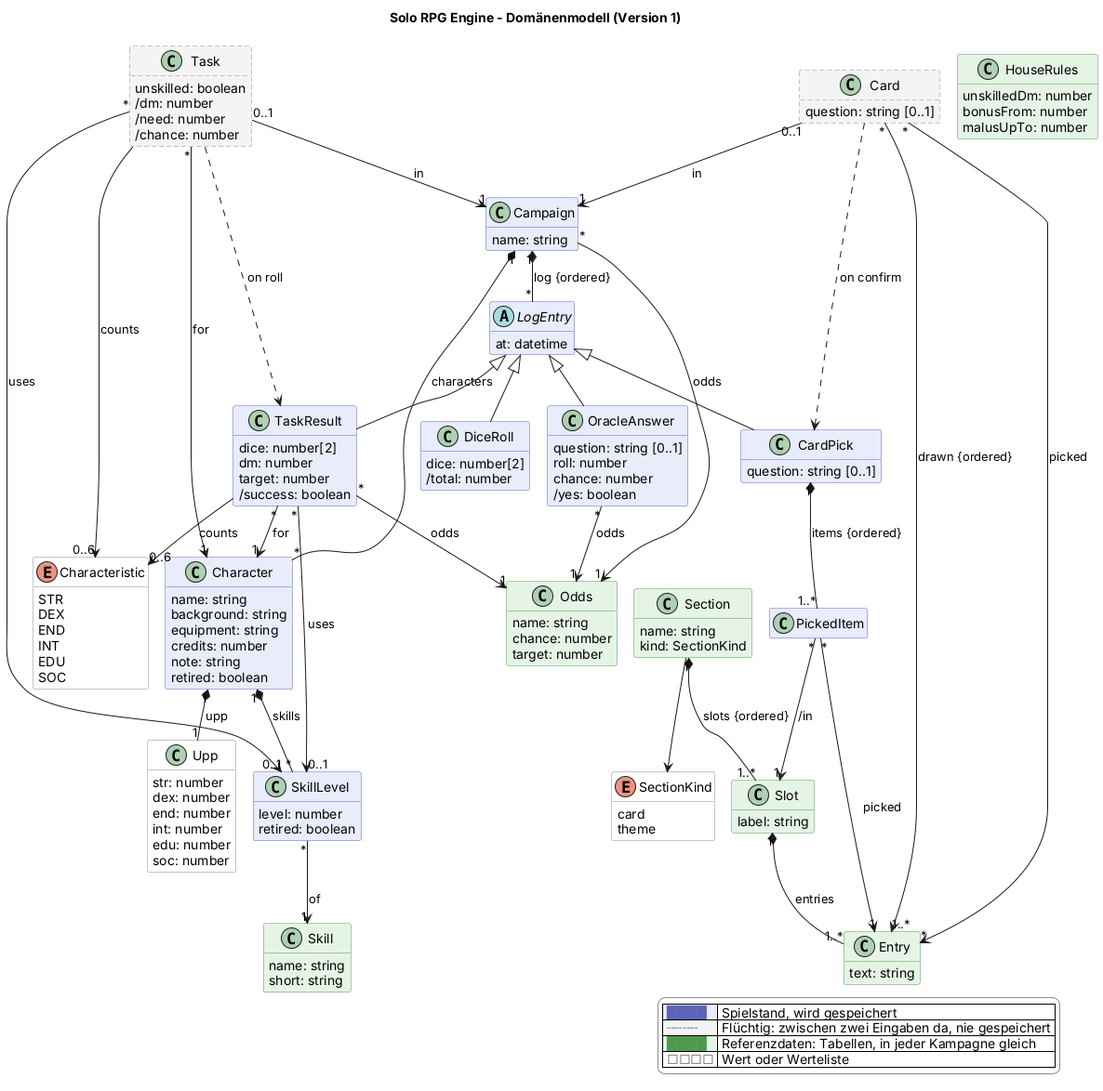
This is docs/domain-model.png from scuzzar/SRE, a PlantUML export, as it was before one commit. Its diagram source:
```plantuml
@startuml
!pragma layout smetana
title Solo RPG Engine - Domänenmodell (Version 1)
hide empty members
hide methods
skinparam classAttributeIconSize 0
skinparam shadowing false
skinparam packageStyle rectangle
skinparam class {
  BackgroundColor #e8ecfb
  BorderColor #5b64b8
  BackgroundColor<<transient>> #f4f4f4
  BorderColor<<transient>> #8a8a8a
  BackgroundColor<<reference>> #e6f4e6
  BorderColor<<reference>> #4f9a4f
  BackgroundColor<<value>> #ffffff
  BorderColor<<value>> #8a8a8a
}
skinparam legendBackgroundColor #ffffff
skinparam legendBorderColor #8a8a8a
<style>
classDiagram {
  class {
    .transient {
      LineStyle 5-3
    }
  }
}
</style>
hide <<transient>> stereotype
hide <<reference>> stereotype
hide <<value>> stereotype

  class Campaign {
    name: string
  }
  class Character {
    name: string
    background: string
    equipment: string
    credits: number
    note: string
    retired: boolean
  }
  class Upp <<value>> {
    str: number
    dex: number
    end: number
    int: number
    edu: number
    soc: number
  }
  class SkillLevel {
    level: number
    retired: boolean
  }

  abstract class LogEntry {
    at: datetime
  }
  class OracleAnswer {
    question: string [0..1]
    roll: number
    chance: number
    /yes: boolean
  }
  class DiceRoll {
    dice: number[2]
    /total: number
  }
  class CardPick {
    question: string [0..1]
  }
  class PickedItem

  class Card <<transient>> {
    question: string [0..1]
  }
  class Task <<transient>> {
    unskilled: boolean
    /dm: number
    /need: number
    /chance: number
  }
  class TaskResult {
    dice: number[2]
    dm: number
    target: number
    /success: boolean
  }

  class Odds <<reference>> {
    name: string
    chance: number
    target: number
  }
  class HouseRules <<reference>> {
    unskilledDm: number
    bonusFrom: number
    malusUpTo: number
  }
  class Skill <<reference>> {
    name: string
    short: string
  }
  class Section <<reference>> {
    name: string
    kind: SectionKind
  }
  class Slot <<reference>> {
    label: string
  }
  class Entry <<reference>> {
    text: string
  }
  enum SectionKind <<value>> {
    card
    theme
  }
  enum Characteristic <<value>> {
    STR
    DEX
    END
    INT
    EDU
    SOC
  }

Campaign "1" *-- "*" Character : characters
Campaign "*" --> "1" Odds : odds
Campaign "1" *-- "*" LogEntry : log {ordered}

Character "1" *-- "1" Upp : upp
Character "1" *-- "*" SkillLevel : skills
SkillLevel "*" --> "1" Skill : of

LogEntry <|-- OracleAnswer
LogEntry <|-- DiceRoll
LogEntry <|-- CardPick
LogEntry <|-- TaskResult
CardPick "1" *-- "1..*" PickedItem : items {ordered}
OracleAnswer "*" --> "1" Odds : odds
TaskResult "*" --> "1" Character : for
TaskResult "*" --> "0..1" SkillLevel : uses
TaskResult --> "0..6" Characteristic : counts
TaskResult "*" --> "1" Odds : odds

Task "0..1" --> "1" Campaign : in
Task "*" --> "1" Character : for
Task "*" --> "0..1" SkillLevel : uses
Task --> "0..6" Characteristic : counts
Task ..> TaskResult : on roll

Card "0..1" --> "1" Campaign : in
Card "*" --> "1..*" Entry : drawn {ordered}
Card "*" --> "*" Entry : picked
Card ..> CardPick : on confirm
PickedItem "*" --> "1" Slot : /in
PickedItem "*" --> "1" Entry : picked
Section "1" *-- "1..*" Slot : slots {ordered}
Section --> SectionKind
Slot "1" *-- "1..*" Entry : entries


legend right
  |<#e8ecfb> <color:#5b64b8>████</color> | Spielstand, wird gespeichert |
  |<#f4f4f4> <color:#8a8a8a>╌╌╌╌</color> | Flüchtig: zwischen zwei Eingaben da, nie gespeichert |
  |<#e6f4e6> <color:#4f9a4f>████</color> | Referenzdaten: Tabellen, in jeder Kampagne gleich |
  |<#ffffff> <color:#8a8a8a>□□□□</color> | Wert oder Werteliste |
endlegend
@enduml
```
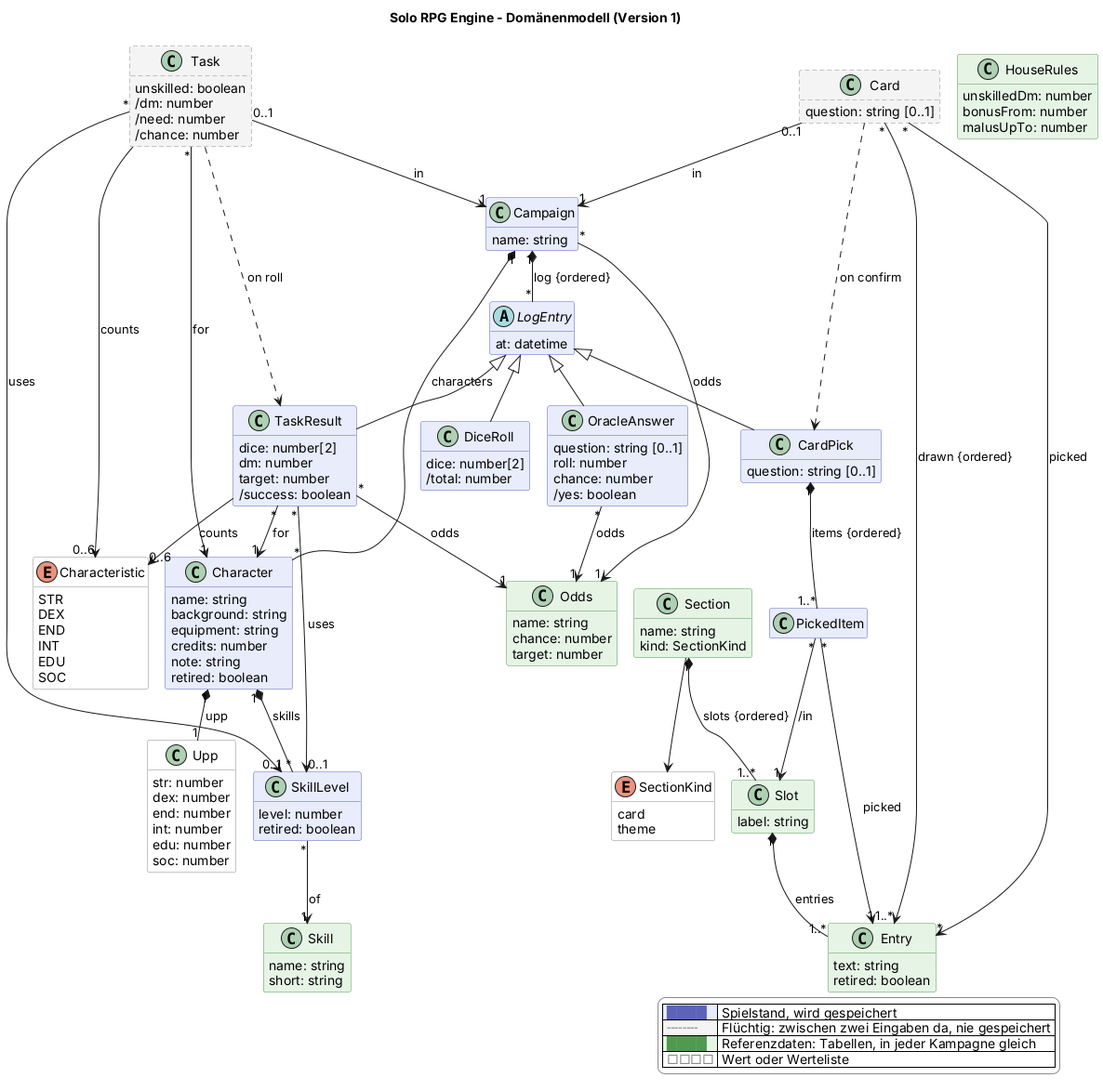
After the change.

Change to the diagram source:
```diff
@@ -112,6 +112,7 @@
   }
   class Entry <<reference>> {
     text: string
+    retired: boolean
   }
   enum SectionKind <<value>> {
     card
```
